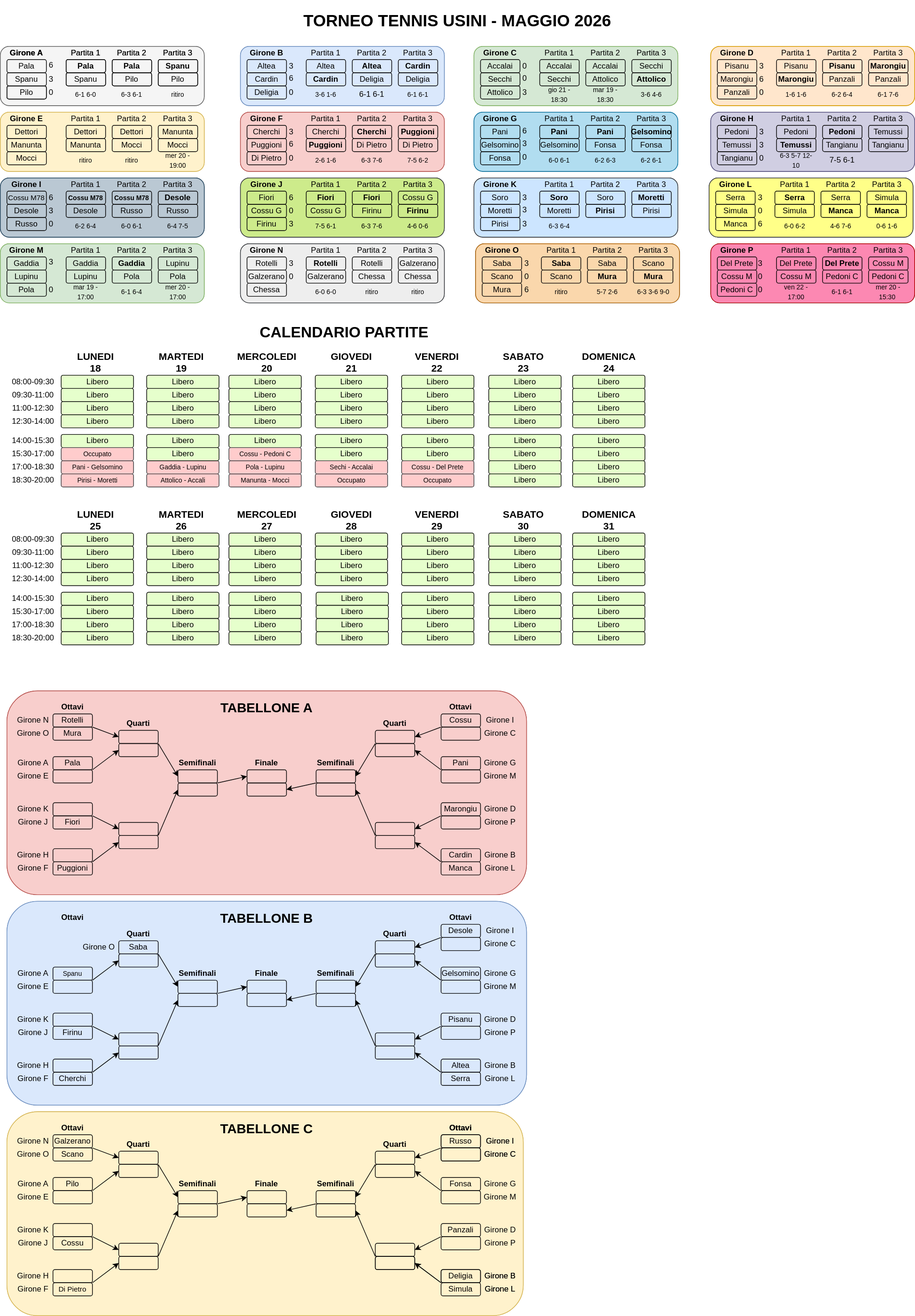
This is torneo-tennis-2026/tabellone.drawio.svg from cscalaresu/tornei, a draw.io export, as it was before one commit. Source tidied: cells renumbered, new cells last; positions are measured from the earlier drawing's top-left corner, leaving out a move shared by most shapes.
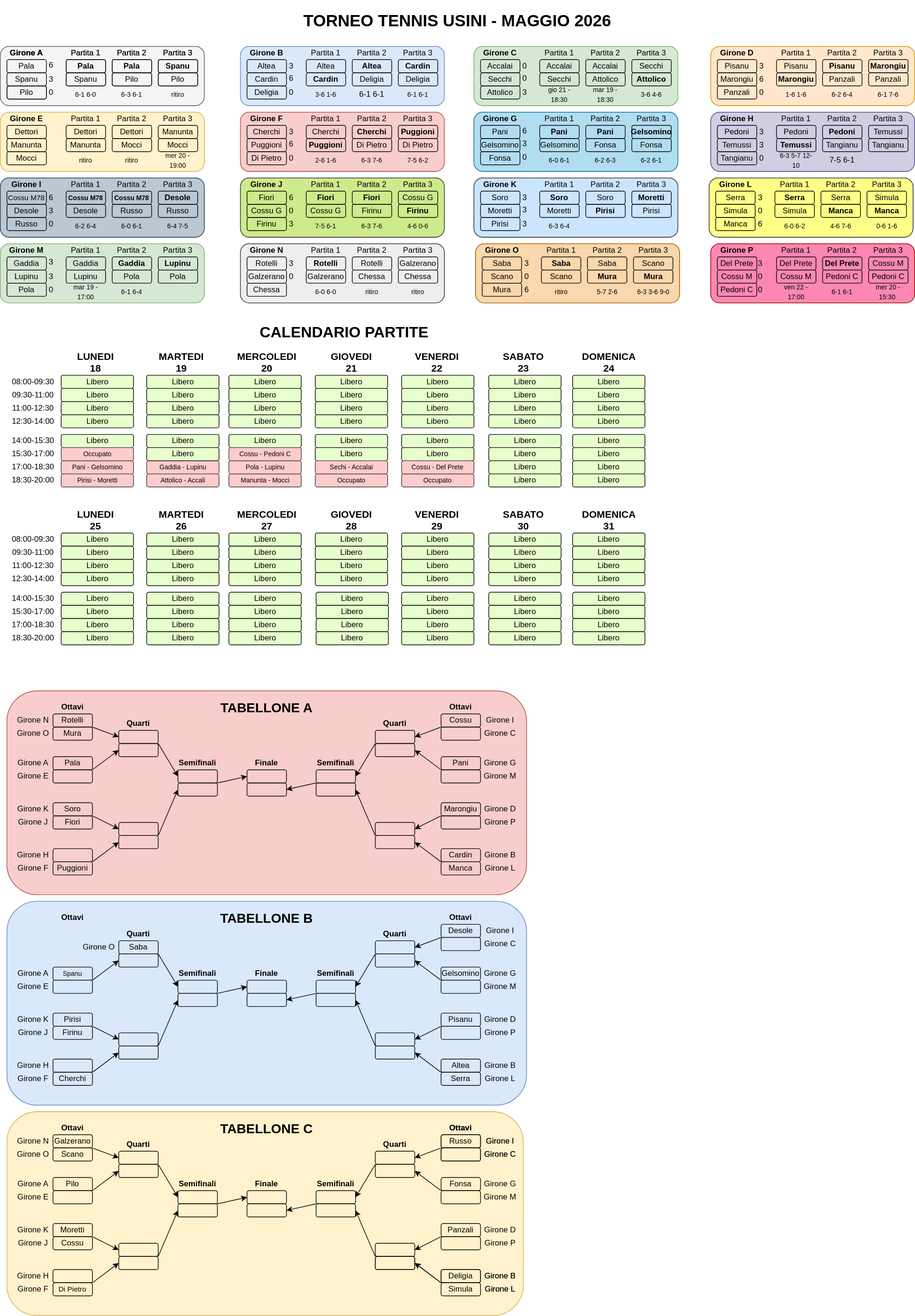
After the commit.

What changed in the source:
```diff
@@ -545,7 +545,7 @@
     <mxCell id="182" value="Lupinu" style="rounded=1;whiteSpace=wrap;html=1;fillColor=none;" parent="1" vertex="1">
       <mxGeometry x="100" y="410" width="60" height="20" as="geometry" />
     </mxCell>
-    <mxCell id="183" value="Lupinu" style="rounded=1;whiteSpace=wrap;html=1;fillColor=none;" parent="1" vertex="1">
+    <mxCell id="183" value="Lupinu" style="rounded=1;whiteSpace=wrap;html=1;fillColor=none;fontStyle=1;" parent="1" vertex="1">
       <mxGeometry x="240" y="390" width="60" height="20" as="geometry" />
     </mxCell>
     <mxCell id="184" value="Chessa" style="rounded=1;whiteSpace=wrap;html=1;fillColor=none;fontStyle=0;" parent="1" vertex="1">
@@ -1433,7 +1433,7 @@
     <mxCell id="476" value="Girone E" style="text;html=1;align=center;verticalAlign=middle;whiteSpace=wrap;rounded=0;" parent="1" vertex="1">
       <mxGeometry x="20" y="1165" width="60" height="30" as="geometry" />
     </mxCell>
-    <mxCell id="477" style="rounded=1;whiteSpace=wrap;html=1;fillColor=none;" parent="1" vertex="1">
+    <mxCell id="477" value="Soro" style="rounded=1;whiteSpace=wrap;html=1;fillColor=none;" parent="1" vertex="1">
       <mxGeometry x="80" y="1220" width="60" height="20" as="geometry" />
     </mxCell>
     <mxCell id="478" value="Fiori" style="rounded=1;whiteSpace=wrap;html=1;fillColor=none;" parent="1" vertex="1">
@@ -1633,7 +1633,7 @@
     <mxCell id="542" value="Girone E" style="text;html=1;align=center;verticalAlign=middle;whiteSpace=wrap;rounded=0;" parent="1" vertex="1">
       <mxGeometry x="20" y="1485" width="60" height="30" as="geometry" />
     </mxCell>
-    <mxCell id="543" style="rounded=1;whiteSpace=wrap;html=1;fillColor=none;" parent="1" vertex="1">
+    <mxCell id="543" value="Pirisi" style="rounded=1;whiteSpace=wrap;html=1;fillColor=none;" parent="1" vertex="1">
       <mxGeometry x="80" y="1540" width="60" height="20" as="geometry" />
     </mxCell>
     <mxCell id="544" value="Firinu" style="rounded=1;whiteSpace=wrap;html=1;fillColor=none;" parent="1" vertex="1">
@@ -1836,7 +1836,7 @@
     <mxCell id="609" value="Girone E" style="text;html=1;align=center;verticalAlign=middle;whiteSpace=wrap;rounded=0;" parent="1" vertex="1">
       <mxGeometry x="20" y="1805" width="60" height="30" as="geometry" />
     </mxCell>
-    <mxCell id="610" style="rounded=1;whiteSpace=wrap;html=1;fillColor=none;" parent="1" vertex="1">
+    <mxCell id="610" value="Moretti" style="rounded=1;whiteSpace=wrap;html=1;fillColor=none;" parent="1" vertex="1">
       <mxGeometry x="80" y="1860" width="60" height="20" as="geometry" />
     </mxCell>
     <mxCell id="611" value="Cossu" style="rounded=1;whiteSpace=wrap;html=1;fillColor=none;" parent="1" vertex="1">
@@ -2453,9 +2453,6 @@
     <mxCell id="813" value="6" style="text;html=1;whiteSpace=wrap;strokeColor=none;fillColor=none;align=center;verticalAlign=middle;rounded=0;" parent="1" vertex="1">
       <mxGeometry x="1150" y="107.5" width="15" height="25" as="geometry" />
     </mxCell>
-    <mxCell id="814" value="&lt;font style=&quot;font-size: 10px;&quot;&gt;mer 20 - 17:00&lt;/font&gt;" style="text;html=1;whiteSpace=wrap;strokeColor=none;fillColor=none;align=center;verticalAlign=middle;rounded=0;" parent="1" vertex="1">
-      <mxGeometry x="240" y="430" width="60" height="25" as="geometry" />
-    </mxCell>
     <mxCell id="815" value="&lt;font style=&quot;font-size: 10px;&quot;&gt;Pola - Lupinu&lt;/font&gt;" style="rounded=1;whiteSpace=wrap;html=1;fillColor=#ffcccc;strokeColor=#36393d;" parent="1" vertex="1">
       <mxGeometry x="347.5" y="700" width="110" height="20" as="geometry" />
     </mxCell>
@@ -2708,5 +2705,8 @@
     <mxCell id="898" value="Libero" style="rounded=1;whiteSpace=wrap;html=1;fontStyle=0;fillColor=#E6FFCC;" parent="1" vertex="1">
       <mxGeometry x="92.5" y="960" width="110" height="20" as="geometry" />
     </mxCell>
+    <mxCell id="899" value="3" style="text;html=1;whiteSpace=wrap;strokeColor=none;fillColor=none;align=center;verticalAlign=middle;rounded=0;" parent="1" vertex="1">
+      <mxGeometry x="70" y="407.5" width="15" height="25" as="geometry" />
+    </mxCell>
   </root>
 </mxGraphModel>
```
